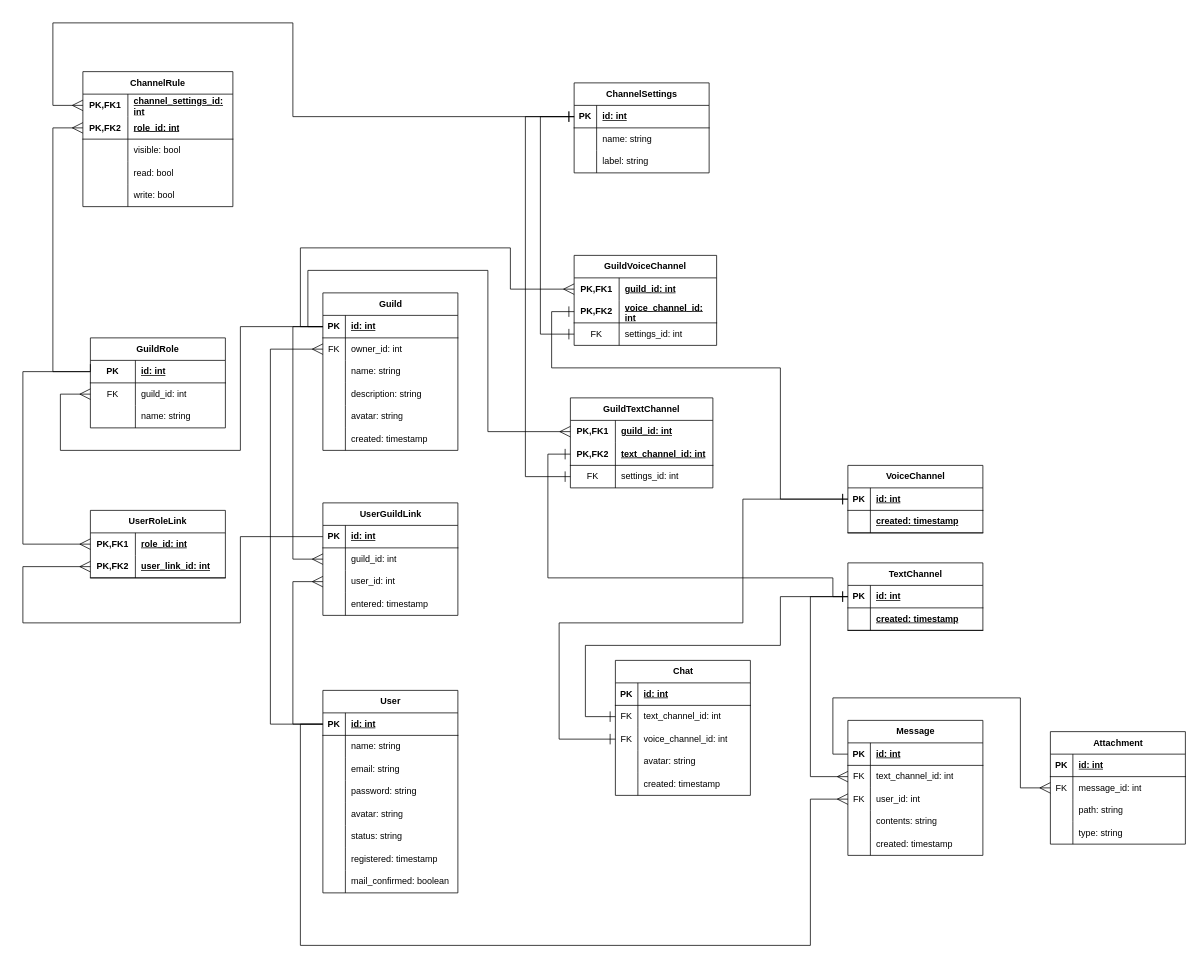
The draw.io diagram bd_schema.drawio in reddiridabl666/TP2023-Highload, before the edit. Source tidied: cells renumbered, new cells numbered last; positions are measured from the earlier drawing's top-left corner, leaving out a move shared by most shapes. Both pictures are drawn from the tidied source at 75%, with x=0, y=0 at pixel (22, 22).
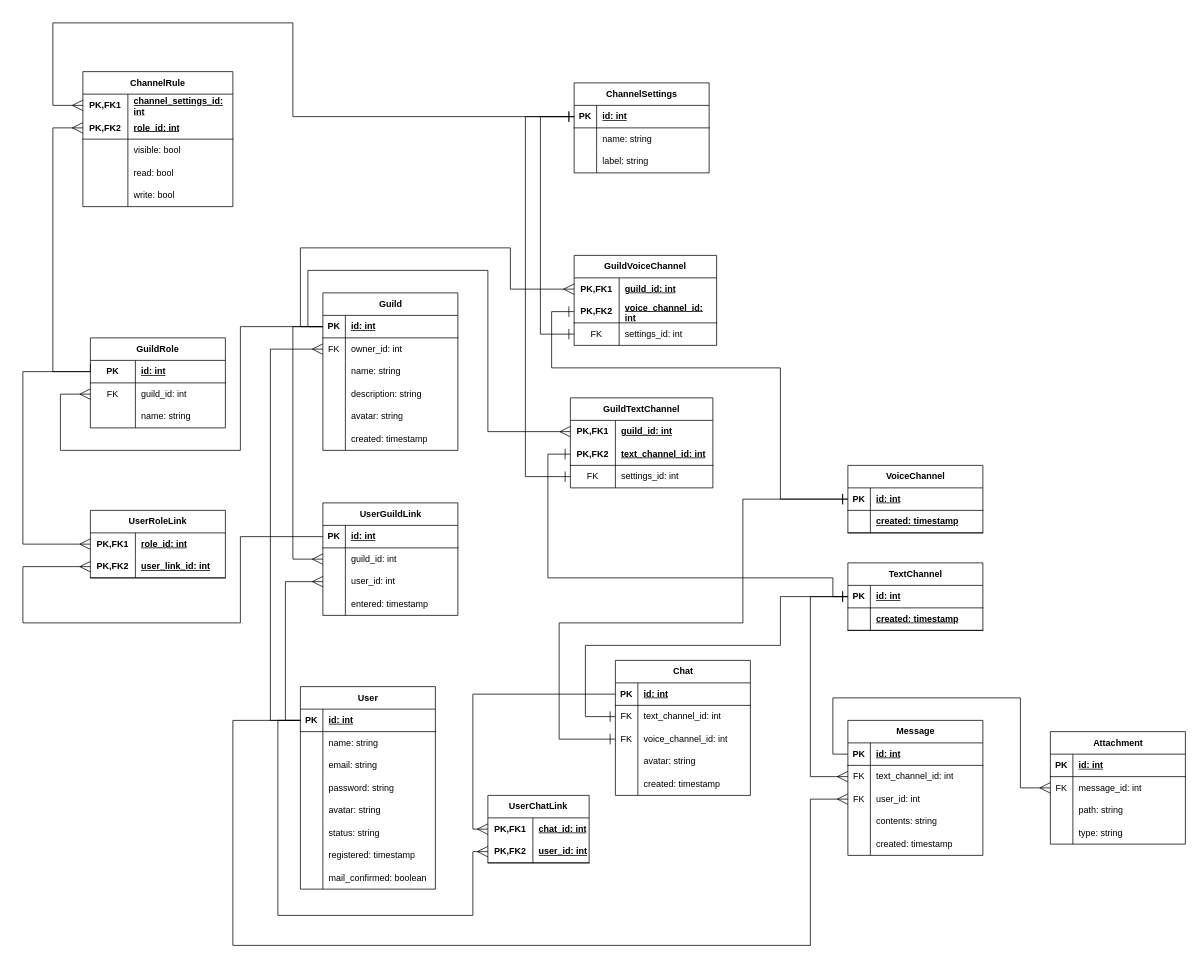
The same page after the edit.

Unchanged cells that the change refers to:
```xml
<mxCell id="3" style="shape=tableRow;horizontal=0;startSize=0;swimlaneHead=0;swimlaneBody=0;fillColor=none;points=[[0,0.5],[1,0.5]];portConstraint=eastwest;top=0;left=0;right=0;bottom=1;" parent="2" vertex="1">
  <mxGeometry y="30" width="180" height="30" as="geometry" />
</mxCell>
<mxCell id="28" style="shape=tableRow;horizontal=0;startSize=0;swimlaneHead=0;swimlaneBody=0;fillColor=none;points=[[0,0.5],[1,0.5]];portConstraint=eastwest;top=0;left=0;right=0;bottom=1;" parent="27" vertex="1">
  <mxGeometry y="30" width="180" height="30" as="geometry" />
</mxCell>
<mxCell id="47" style="shape=tableRow;horizontal=0;startSize=0;swimlaneHead=0;swimlaneBody=0;fillColor=none;points=[[0,0.5],[1,0.5]];portConstraint=eastwest;top=0;left=0;right=0;bottom=0;" parent="43" vertex="1">
  <mxGeometry y="60" width="180" height="30" as="geometry" />
</mxCell>
<mxCell id="159" style="shape=tableRow;horizontal=0;startSize=0;swimlaneHead=0;swimlaneBody=0;fillColor=none;points=[[0,0.5],[1,0.5]];portConstraint=eastwest;top=0;left=0;right=0;bottom=0;" parent="152" vertex="1">
  <mxGeometry y="90" width="180" height="30" as="geometry" />
</mxCell>
<mxCell id="177" style="shape=tableRow;horizontal=0;startSize=0;swimlaneHead=0;swimlaneBody=0;fillColor=none;points=[[0,0.5],[1,0.5]];portConstraint=eastwest;top=0;left=0;right=0;bottom=0;" parent="170" vertex="1">
  <mxGeometry y="90" width="180" height="30" as="geometry" />
</mxCell>
```

The edit, as a diff of the source:
```diff
@@
     <mxCell id="2" value="User" style="shape=table;startSize=30;childLayout=tableLayout;rowLines=0;fontStyle=1;align=center;html=1;" parent="1" vertex="1">
-      <mxGeometry x="400" y="890" width="180" height="270" as="geometry" />
+      <mxGeometry x="370" y="885" width="180" height="270" as="geometry" />
     </mxCell>
@@
     <mxCell id="168" style="edgeStyle=orthogonalEdgeStyle;rounded=0;jettySize=auto;html=1;exitX=0;exitY=0.5;exitDx=0;exitDy=0;endArrow=ERmany;endFill=0;endSize=12;entryX=0;entryY=0.5;entryDx=0;entryDy=0;" parent="1" edge="1" source="3" target="177">
       <mxGeometry relative="1" as="geometry">
         <Array as="points">
-          <mxPoint x="360" y="935" />
-          <mxPoint x="360" y="745" />
+          <mxPoint x="350" y="930" />
+          <mxPoint x="350" y="745" />
         </Array>
       </mxGeometry>
     </mxCell>
@@
     <mxCell id="185" style="edgeStyle=orthogonalEdgeStyle;rounded=0;jettySize=auto;html=1;exitX=0;exitY=0.5;exitDx=0;exitDy=0;endArrow=ERmany;endFill=0;endSize=12;entryX=0;entryY=0.5;entryDx=0;entryDy=0;" parent="1" edge="1" source="3" target="47">
       <mxGeometry relative="1" as="geometry">
         <Array as="points">
-          <mxPoint x="330" y="935" />
+          <mxPoint x="330" y="930" />
           <mxPoint x="330" y="435" />
         </Array>
       </mxGeometry>
     </mxCell>
@@
     <mxCell id="197" style="edgeStyle=orthogonalEdgeStyle;rounded=0;jettySize=auto;html=1;exitX=0;exitY=0.5;exitDx=0;exitDy=0;endArrow=ERmany;endFill=0;endSize=12;entryX=0;entryY=0.5;entryDx=0;entryDy=0;" parent="1" edge="1" source="3" target="159">
       <mxGeometry relative="1" as="geometry">
         <Array as="points">
-          <mxPoint x="370" y="935" />
-          <mxPoint x="370" y="1230" />
+          <mxPoint x="280" y="930" />
+          <mxPoint x="280" y="1230" />
           <mxPoint x="1050" y="1230" />
           <mxPoint x="1050" y="1035" />
         </Array>
       </mxGeometry>
     </mxCell>
@@
+    <mxCell id="200" value="UserChatLink" style="shape=table;startSize=30;childLayout=tableLayout;rowLines=0;fontStyle=1;align=center;html=1;whiteSpace=wrap;" parent="1" vertex="1">
+      <mxGeometry x="620" y="1030" width="135" height="90" as="geometry" />
+    </mxCell>
+    <mxCell id="201" style="shape=tableRow;horizontal=0;startSize=0;swimlaneHead=0;swimlaneBody=0;fillColor=none;points=[[0,0.5],[1,0.5]];portConstraint=eastwest;top=0;left=0;right=0;bottom=0;html=1;" parent="200" vertex="1">
+      <mxGeometry y="30" width="135" height="30" as="geometry" />
+    </mxCell>
+    <mxCell id="202" value="PK,FK1" style="shape=partialRectangle;fillColor=none;top=0;left=0;bottom=0;right=0;fontStyle=1;overflow=hidden;html=1;whiteSpace=wrap;" parent="201" vertex="1">
+      <mxGeometry width="60" height="30" as="geometry" />
+    </mxCell>
+    <mxCell id="203" value="chat_id: int" style="shape=partialRectangle;fillColor=none;top=0;left=0;bottom=0;right=0;align=left;spacingLeft=6;fontStyle=5;overflow=hidden;html=1;whiteSpace=wrap;" parent="201" vertex="1">
+      <mxGeometry x="60" width="75" height="30" as="geometry" />
+    </mxCell>
+    <mxCell id="204" style="shape=tableRow;horizontal=0;startSize=0;swimlaneHead=0;swimlaneBody=0;fillColor=none;points=[[0,0.5],[1,0.5]];portConstraint=eastwest;top=0;left=0;right=0;bottom=1;html=1;" parent="200" vertex="1">
+      <mxGeometry y="60" width="135" height="30" as="geometry" />
+    </mxCell>
+    <mxCell id="205" value="PK,FK2" style="shape=partialRectangle;fillColor=none;top=0;left=0;bottom=0;right=0;fontStyle=1;overflow=hidden;html=1;whiteSpace=wrap;" parent="204" vertex="1">
+      <mxGeometry width="60" height="30" as="geometry" />
+    </mxCell>
+    <mxCell id="206" value="user_id: int" style="shape=partialRectangle;fillColor=none;top=0;left=0;bottom=0;right=0;align=left;spacingLeft=6;fontStyle=5;overflow=hidden;html=1;whiteSpace=wrap;" parent="204" vertex="1">
+      <mxGeometry x="60" width="75" height="30" as="geometry" />
+    </mxCell>
+    <mxCell id="207" style="edgeStyle=orthogonalEdgeStyle;rounded=0;jettySize=auto;html=1;exitX=0;exitY=0.5;exitDx=0;exitDy=0;endArrow=ERmany;endFill=0;endSize=12;entryX=0;entryY=0.5;entryDx=0;entryDy=0;" parent="1" edge="1" source="28" target="201">
+      <mxGeometry relative="1" as="geometry">
+        <Array as="points">
+          <mxPoint x="600" y="895" />
+          <mxPoint x="600" y="1075" />
+        </Array>
+      </mxGeometry>
+    </mxCell>
+    <mxCell id="208" style="edgeStyle=orthogonalEdgeStyle;rounded=0;jettySize=auto;html=1;exitX=0;exitY=0.5;exitDx=0;exitDy=0;endArrow=ERmany;endFill=0;endSize=12;entryX=0;entryY=0.5;entryDx=0;entryDy=0;" parent="1" edge="1" source="3" target="204">
+      <mxGeometry relative="1" as="geometry">
+        <Array as="points">
+          <mxPoint x="340" y="930" />
+          <mxPoint x="340" y="1190" />
+          <mxPoint x="600" y="1190" />
+          <mxPoint x="600" y="1105" />
+        </Array>
+      </mxGeometry>
+    </mxCell>
```
